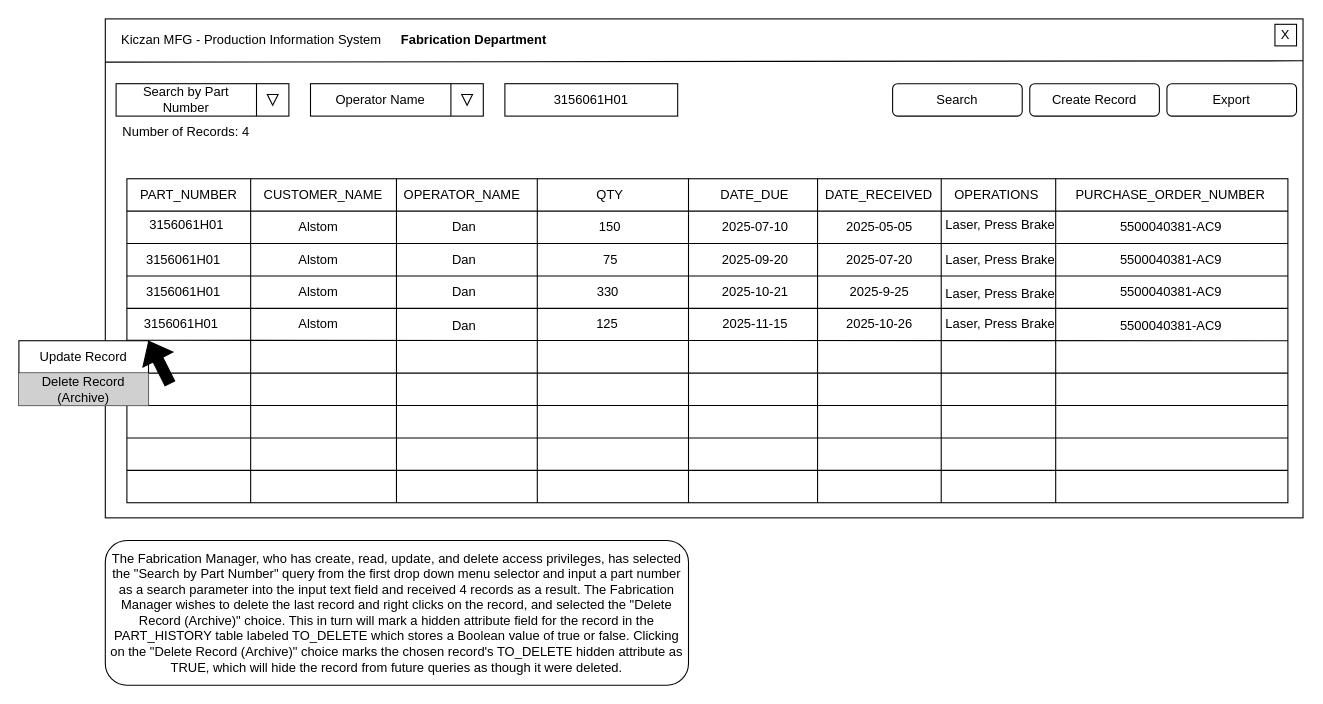
Before: Main User Interface Wireframe Search By Part Number DELETE.drawio in JrST90/Team2CapstoneProject, a draw.io diagram. Source tidied: cells renumbered, new cells numbered last; positions are measured from the earlier drawing's top-left corner, leaving out a move shared by most shapes. Both pictures are drawn from the tidied source at 108%, with x=0, y=0 at pixel (18, 18).
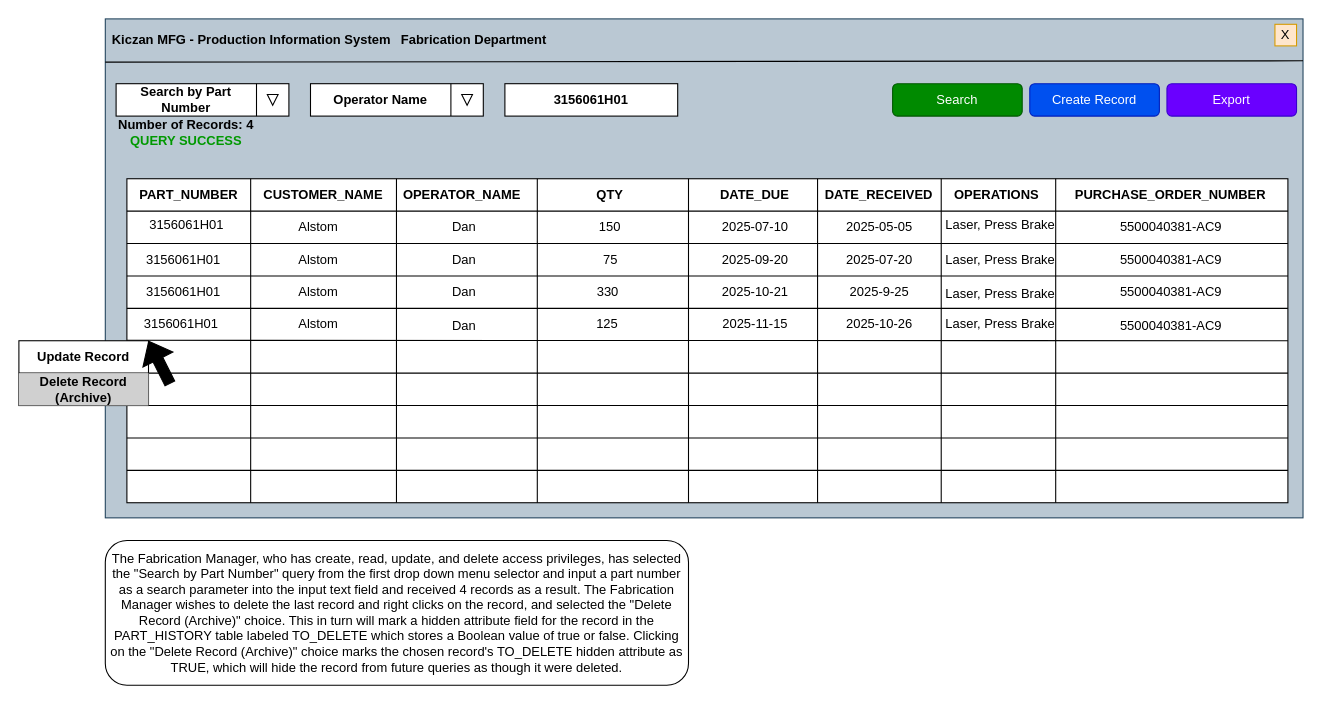
The same diagram, later.

What changed in the source:
```diff
@@
-    <mxCell id="2" style="rounded=0;whiteSpace=wrap;html=1;" parent="1" vertex="1">
+    <mxCell id="2" style="rounded=0;whiteSpace=wrap;html=1;fillColor=#bac8d3;strokeColor=#23445d;" parent="1" vertex="1">
       <mxGeometry x="80" width="1109" height="462" as="geometry" />
     </mxCell>
@@
-    <mxCell id="4" value="X" style="whiteSpace=wrap;html=1;" parent="1" vertex="1">
+    <mxCell id="4" value="X" style="whiteSpace=wrap;html=1;fillColor=#ffe6cc;strokeColor=#d79b00;" parent="1" vertex="1">
       <mxGeometry x="1163" y="5" width="20" height="20" as="geometry" />
     </mxCell>
-    <mxCell id="5" value="Kiczan MFG - Production Information System" style="text;html=1;whiteSpace=wrap;strokeColor=none;fillColor=none;align=center;verticalAlign=middle;rounded=0;" parent="1" vertex="1">
+    <mxCell id="5" value="&lt;b&gt;Kiczan MFG - Production Information System&lt;/b&gt;" style="text;html=1;whiteSpace=wrap;strokeColor=none;fillColor=none;align=center;verticalAlign=middle;rounded=0;" parent="1" vertex="1">
       <mxGeometry x="80" y="5" width="271" height="30" as="geometry" />
     </mxCell>
@@
-    <mxCell id="8" value="3156061H01" style="rounded=0;whiteSpace=wrap;html=1;" parent="1" vertex="1">
+    <mxCell id="8" value="&lt;b&gt;3156061H01&lt;/b&gt;" style="rounded=0;whiteSpace=wrap;html=1;" parent="1" vertex="1">
       <mxGeometry x="450" y="60" width="160" height="30" as="geometry" />
     </mxCell>
-    <mxCell id="9" value="Search" style="rounded=1;whiteSpace=wrap;html=1;" parent="1" vertex="1">
+    <mxCell id="9" value="Search" style="rounded=1;whiteSpace=wrap;html=1;fillColor=#008a00;fontColor=#ffffff;strokeColor=#005700;" parent="1" vertex="1">
       <mxGeometry x="809" y="60" width="120" height="30" as="geometry" />
     </mxCell>
-    <mxCell id="10" value="Search by Part Number" style="text;html=1;whiteSpace=wrap;strokeColor=none;fillColor=none;align=center;verticalAlign=middle;rounded=0;" parent="1" vertex="1">
+    <mxCell id="10" value="&lt;b&gt;Search by Part Number&lt;/b&gt;" style="text;html=1;whiteSpace=wrap;strokeColor=none;fillColor=none;align=center;verticalAlign=middle;rounded=0;" parent="1" vertex="1">
       <mxGeometry x="110" y="60" width="90" height="30" as="geometry" />
     </mxCell>
@@
-    <mxCell id="14" value="Operator Name" style="text;html=1;whiteSpace=wrap;strokeColor=none;fillColor=none;align=center;verticalAlign=middle;rounded=0;" parent="1" vertex="1">
+    <mxCell id="14" value="&lt;b&gt;Operator Name&lt;/b&gt;" style="text;html=1;whiteSpace=wrap;strokeColor=none;fillColor=none;align=center;verticalAlign=middle;rounded=0;" parent="1" vertex="1">
       <mxGeometry x="260" y="60" width="150" height="30" as="geometry" />
     </mxCell>
@@
-    <mxCell id="30" value="Number of Records: 4" style="text;html=1;whiteSpace=wrap;strokeColor=none;fillColor=none;align=center;verticalAlign=middle;rounded=0;" parent="1" vertex="1">
+    <mxCell id="30" value="&lt;b&gt;Number of Records: 4&lt;/b&gt;&lt;div&gt;&lt;b&gt;&lt;font style=&quot;color: rgb(0, 153, 0);&quot;&gt;QUERY SUCCESS&lt;/font&gt;&lt;/b&gt;&lt;/div&gt;" style="text;html=1;whiteSpace=wrap;strokeColor=none;fillColor=none;align=center;verticalAlign=middle;rounded=0;" parent="1" vertex="1">
       <mxGeometry x="70" y="90" width="170" height="30" as="geometry" />
     </mxCell>
-    <mxCell id="31" value="Create Record" style="rounded=1;whiteSpace=wrap;html=1;" parent="1" vertex="1">
+    <mxCell id="31" value="Create Record" style="rounded=1;whiteSpace=wrap;html=1;fillColor=#0050ef;fontColor=#ffffff;strokeColor=#001DBC;" parent="1" vertex="1">
       <mxGeometry x="936" y="60" width="120" height="30" as="geometry" />
     </mxCell>
-    <mxCell id="32" value="PART_NUMBER" style="text;html=1;whiteSpace=wrap;strokeColor=none;fillColor=none;align=center;verticalAlign=middle;rounded=0;" parent="1" vertex="1">
+    <mxCell id="32" value="&lt;b&gt;PART_NUMBER&lt;/b&gt;" style="text;html=1;whiteSpace=wrap;strokeColor=none;fillColor=none;align=center;verticalAlign=middle;rounded=0;" parent="1" vertex="1">
       <mxGeometry x="106" y="148" width="103" height="30" as="geometry" />
     </mxCell>
-    <mxCell id="33" value="CUSTOMER_NAME" style="text;html=1;whiteSpace=wrap;strokeColor=none;fillColor=none;align=center;verticalAlign=middle;rounded=0;" parent="1" vertex="1">
+    <mxCell id="33" value="&lt;b&gt;CUSTOMER_NAME&lt;/b&gt;" style="text;html=1;whiteSpace=wrap;strokeColor=none;fillColor=none;align=center;verticalAlign=middle;rounded=0;" parent="1" vertex="1">
       <mxGeometry x="220" y="148" width="124" height="30" as="geometry" />
     </mxCell>
-    <mxCell id="34" value="OPERATOR_NAME" style="text;html=1;whiteSpace=wrap;strokeColor=none;fillColor=none;align=center;verticalAlign=middle;rounded=0;" parent="1" vertex="1">
+    <mxCell id="34" value="&lt;b&gt;OPERATOR_NAME&lt;/b&gt;" style="text;html=1;whiteSpace=wrap;strokeColor=none;fillColor=none;align=center;verticalAlign=middle;rounded=0;" parent="1" vertex="1">
       <mxGeometry x="355" y="148" width="111" height="30" as="geometry" />
     </mxCell>
-    <mxCell id="35" value="QTY" style="text;html=1;whiteSpace=wrap;strokeColor=none;fillColor=none;align=center;verticalAlign=middle;rounded=0;" parent="1" vertex="1">
+    <mxCell id="35" value="&lt;b&gt;QTY&lt;/b&gt;" style="text;html=1;whiteSpace=wrap;strokeColor=none;fillColor=none;align=center;verticalAlign=middle;rounded=0;" parent="1" vertex="1">
       <mxGeometry x="496" y="148" width="103" height="30" as="geometry" />
     </mxCell>
-    <mxCell id="36" value="DATE_DUE" style="text;html=1;whiteSpace=wrap;strokeColor=none;fillColor=none;align=center;verticalAlign=middle;rounded=0;" parent="1" vertex="1">
+    <mxCell id="36" value="&lt;b&gt;DATE_DUE&lt;/b&gt;" style="text;html=1;whiteSpace=wrap;strokeColor=none;fillColor=none;align=center;verticalAlign=middle;rounded=0;" parent="1" vertex="1">
       <mxGeometry x="630" y="148" width="103" height="30" as="geometry" />
     </mxCell>
-    <mxCell id="37" value="DATE_RECEIVED" style="text;html=1;whiteSpace=wrap;strokeColor=none;fillColor=none;align=center;verticalAlign=middle;rounded=0;" parent="1" vertex="1">
+    <mxCell id="37" value="&lt;b&gt;DATE_RECEIVED&lt;/b&gt;" style="text;html=1;whiteSpace=wrap;strokeColor=none;fillColor=none;align=center;verticalAlign=middle;rounded=0;" parent="1" vertex="1">
       <mxGeometry x="745" y="148" width="103" height="30" as="geometry" />
     </mxCell>
-    <mxCell id="38" value="OPERATIONS" style="text;html=1;whiteSpace=wrap;strokeColor=none;fillColor=none;align=center;verticalAlign=middle;rounded=0;" parent="1" vertex="1">
+    <mxCell id="38" value="&lt;b&gt;OPERATIONS&lt;/b&gt;" style="text;html=1;whiteSpace=wrap;strokeColor=none;fillColor=none;align=center;verticalAlign=middle;rounded=0;" parent="1" vertex="1">
       <mxGeometry x="854" y="148" width="103" height="30" as="geometry" />
     </mxCell>
-    <mxCell id="39" value="PURCHASE_ORDER_NUMBER" style="text;html=1;whiteSpace=wrap;strokeColor=none;fillColor=none;align=center;verticalAlign=middle;rounded=0;" parent="1" vertex="1">
+    <mxCell id="39" value="&lt;b&gt;PURCHASE_ORDER_NUMBER&lt;/b&gt;" style="text;html=1;whiteSpace=wrap;strokeColor=none;fillColor=none;align=center;verticalAlign=middle;rounded=0;" parent="1" vertex="1">
       <mxGeometry x="967" y="148" width="199" height="30" as="geometry" />
     </mxCell>
@@
-    <mxCell id="43" value="Export" style="rounded=1;whiteSpace=wrap;html=1;" parent="1" vertex="1">
+    <mxCell id="43" value="Export" style="rounded=1;whiteSpace=wrap;html=1;fillColor=#6a00ff;fontColor=#ffffff;strokeColor=#3700CC;" parent="1" vertex="1">
       <mxGeometry x="1063" y="60" width="120" height="30" as="geometry" />
     </mxCell>
@@
-    <mxCell id="81" value="Update Record" style="text;html=1;whiteSpace=wrap;strokeColor=none;fillColor=none;align=center;verticalAlign=middle;rounded=0;" parent="1" vertex="1">
+    <mxCell id="81" value="&lt;b&gt;Update Record&lt;/b&gt;" style="text;html=1;whiteSpace=wrap;strokeColor=none;fillColor=none;align=center;verticalAlign=middle;rounded=0;" parent="1" vertex="1">
       <mxGeometry y="298" width="120" height="30" as="geometry" />
     </mxCell>
-    <mxCell id="82" value="Delete Record&lt;div&gt;(Archive)&lt;/div&gt;" style="text;html=1;whiteSpace=wrap;strokeColor=none;fillColor=#D0D0D0;align=center;verticalAlign=middle;rounded=0;" parent="1" vertex="1">
+    <mxCell id="82" value="&lt;b&gt;Delete Record&lt;/b&gt;&lt;div&gt;&lt;b&gt;(Archive)&lt;/b&gt;&lt;/div&gt;" style="text;html=1;whiteSpace=wrap;strokeColor=none;fillColor=#D0D0D0;align=center;verticalAlign=middle;rounded=0;" parent="1" vertex="1">
       <mxGeometry y="328" width="120" height="30" as="geometry" />
     </mxCell>
```
